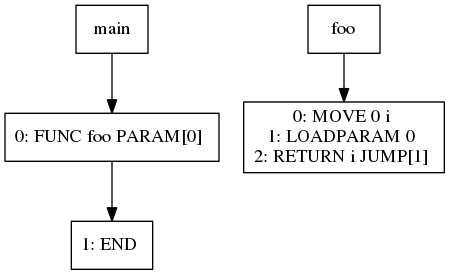
jiahanwang/PL241-Compiler keeps this Graphviz diagram as viz/test006.dot.png. Above is the earlier version. Its source is kept beside it as viz/test006.dot.
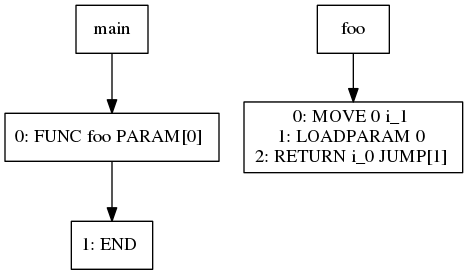
After the change.

The edit, as a diff of the source:
```diff
@@ -1,16 +1,16 @@
 digraph test006 {
 node [shape=box]
-104[label="main"]
-104 -> 110
-110[label="0: FUNC foo PARAM[0]
+1[label="main"]
+1 -> 7
+7[label="0: FUNC foo PARAM[0]
 "]
-110 -> 111
-111[label="1: END
+7 -> 8
+8[label="1: END
 "]
-106[label="foo"]
-106 -> 108
-108[label="0: MOVE 0 i
+3[label="foo"]
+3 -> 5
+5[label="0: MOVE 0 i_1
 1: LOADPARAM 0
-2: RETURN i JUMP[1]
+2: RETURN i_1 JUMP[1]
 "]
 }
```
